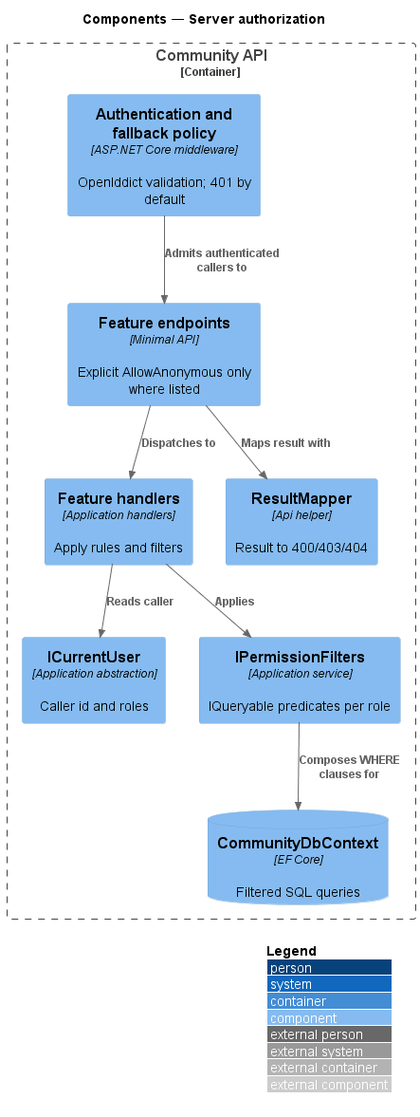
QuinntyneBrown/faithtech-community keeps this PlantUML diagram as docs/detailed-designs/platform/server-authorization/diagrams/c4-component.png. Above is the earlier version. Source of this version:
```plantuml
@startuml
!include <C4/C4_Component>
LAYOUT_WITH_LEGEND()
title Components — Server authorization
Container_Boundary(api, "Community API") {
  Component(auth, "Authentication and fallback policy", "ASP.NET Core middleware", "OpenIddict validation; 401 by default")
  Component(ep, "Feature endpoints", "Minimal API", "Explicit AllowAnonymous only where listed")
  Component(cu, "ICurrentUser", "Application abstraction", "Caller id and roles")
  Component(h, "Feature handlers", "Application handlers", "Apply rules and filters")
  Component(pf, "IPermissionFilters", "Application service", "IQueryable predicates per role")
  Component(map, "ResultMapper", "Api helper", "Result to 400/403/404")
  ComponentDb(db, "CommunityDbContext", "EF Core", "Filtered SQL queries")
}
Rel(auth, ep, "Admits authenticated callers to")
Rel(ep, h, "Dispatches to")
Rel(h, cu, "Reads caller")
Rel(h, pf, "Applies")
Rel(pf, db, "Composes WHERE clauses for")
Rel(ep, map, "Maps result with")
@enduml
```
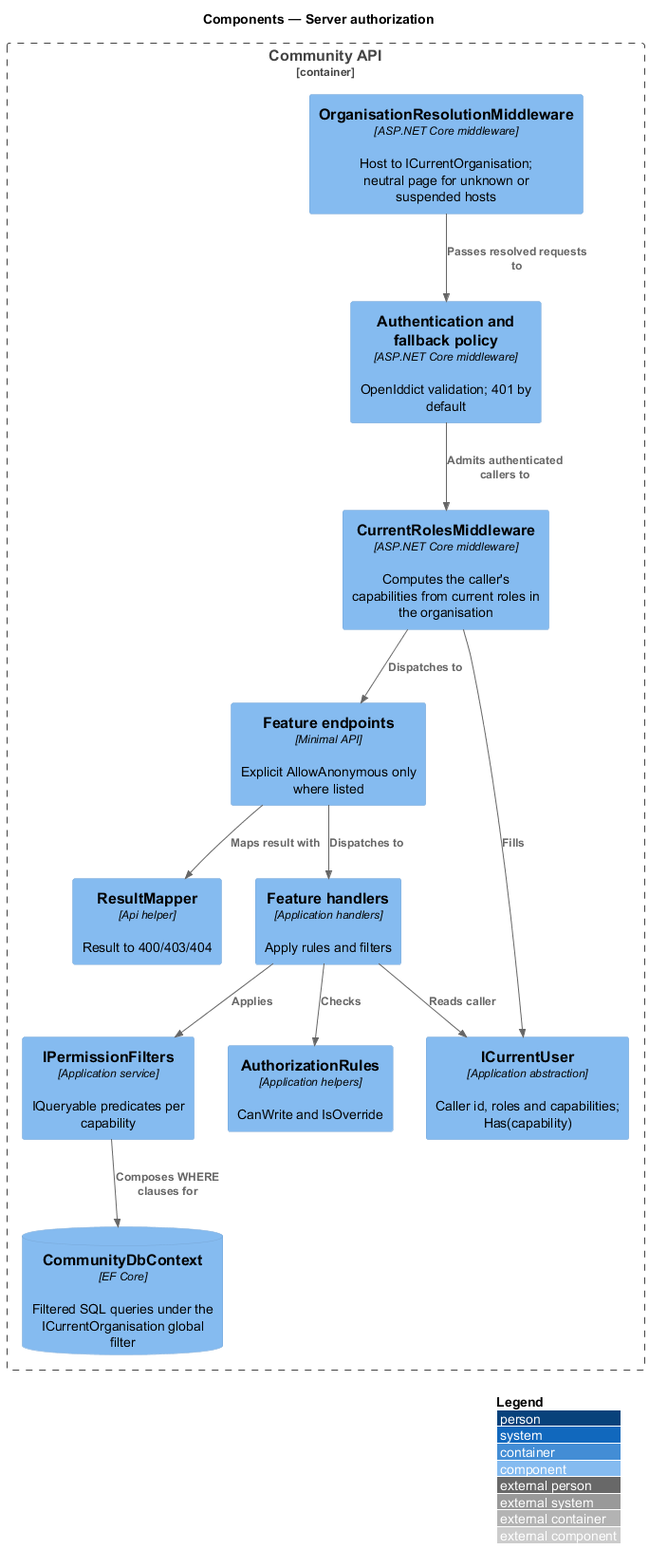
The same file after the commit.

What changed in the source:
```diff
@@ -3,17 +3,24 @@
 LAYOUT_WITH_LEGEND()
 title Components — Server authorization
 Container_Boundary(api, "Community API") {
+  Component(org, "OrganisationResolutionMiddleware", "ASP.NET Core middleware", "Host to ICurrentOrganisation; neutral page for unknown or suspended hosts")
   Component(auth, "Authentication and fallback policy", "ASP.NET Core middleware", "OpenIddict validation; 401 by default")
+  Component(roles, "CurrentRolesMiddleware", "ASP.NET Core middleware", "Computes the caller's capabilities from current roles in the organisation")
   Component(ep, "Feature endpoints", "Minimal API", "Explicit AllowAnonymous only where listed")
-  Component(cu, "ICurrentUser", "Application abstraction", "Caller id and roles")
+  Component(cu, "ICurrentUser", "Application abstraction", "Caller id, roles and capabilities; Has(capability)")
   Component(h, "Feature handlers", "Application handlers", "Apply rules and filters")
-  Component(pf, "IPermissionFilters", "Application service", "IQueryable predicates per role")
+  Component(pf, "IPermissionFilters", "Application service", "IQueryable predicates per capability")
+  Component(rules, "AuthorizationRules", "Application helpers", "CanWrite and IsOverride")
   Component(map, "ResultMapper", "Api helper", "Result to 400/403/404")
-  ComponentDb(db, "CommunityDbContext", "EF Core", "Filtered SQL queries")
+  ComponentDb(db, "CommunityDbContext", "EF Core", "Filtered SQL queries under the ICurrentOrganisation global filter")
 }
-Rel(auth, ep, "Admits authenticated callers to")
+Rel(org, auth, "Passes resolved requests to")
+Rel(auth, roles, "Admits authenticated callers to")
+Rel(roles, cu, "Fills")
+Rel(roles, ep, "Dispatches to")
 Rel(ep, h, "Dispatches to")
 Rel(h, cu, "Reads caller")
+Rel(h, rules, "Checks")
 Rel(h, pf, "Applies")
 Rel(pf, db, "Composes WHERE clauses for")
 Rel(ep, map, "Maps result with")
```
